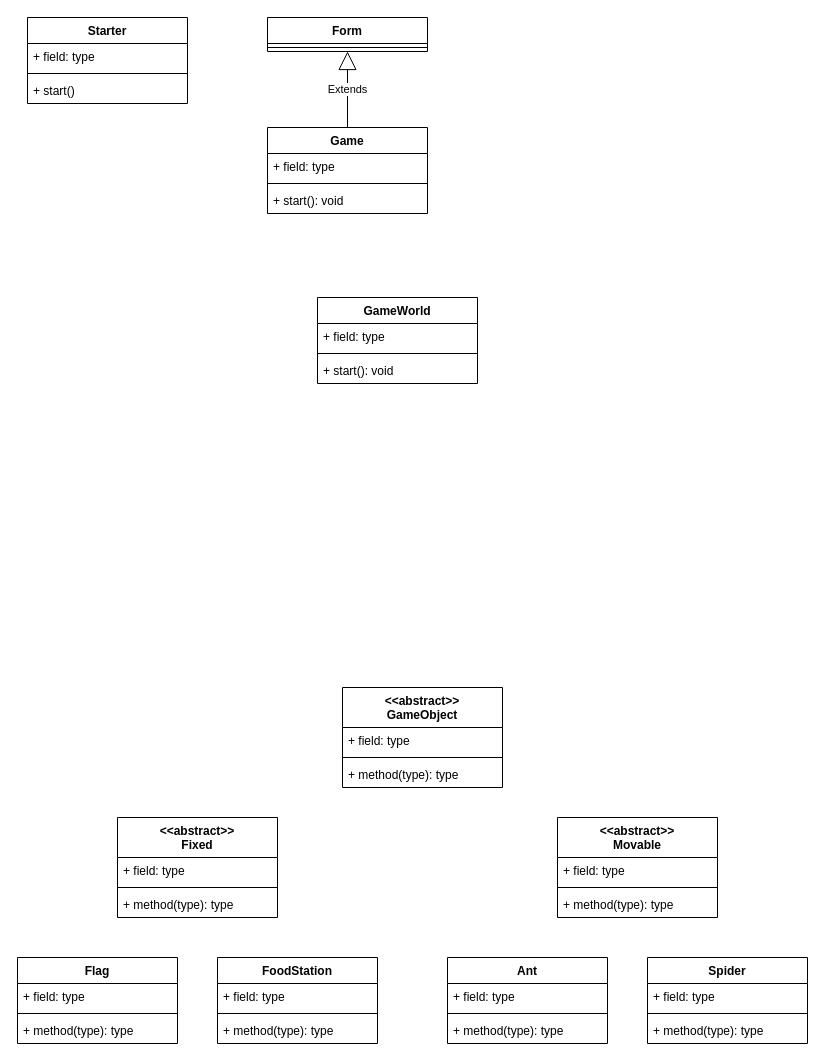
Before: A1Prj_UML.drawio in jheym/133Proj, a draw.io diagram. Source tidied: cells renumbered, new cells numbered last; positions are measured from the earlier drawing's top-left corner, leaving out a move shared by most shapes. Both pictures are drawn from the tidied source at 100%, with x=0, y=0 at pixel (17, 17).
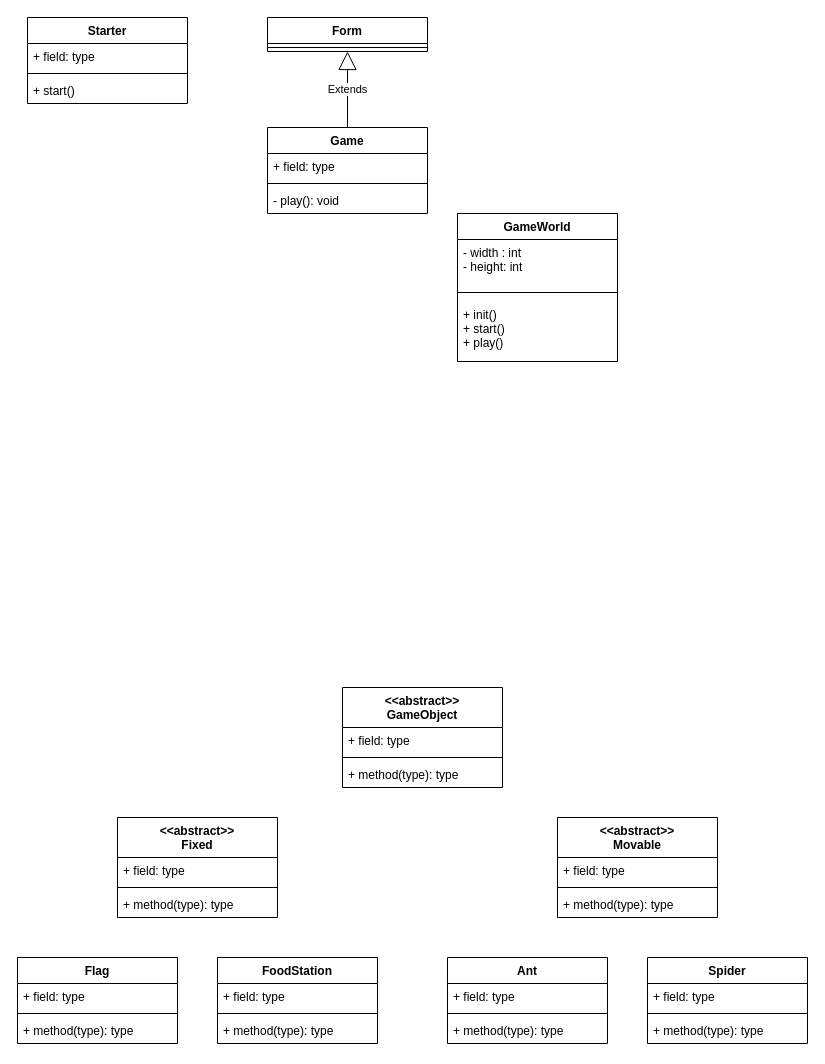
After the change.

Unchanged cells that the change refers to:
```xml
<mxCell id="36" value="Game" style="swimlane;fontStyle=1;align=center;verticalAlign=top;horizontal=1;startSize=26;" parent="1" vertex="1">
  <mxGeometry x="250" y="110" width="160" height="86" as="geometry" />
</mxCell>
```

Change to the diagram source:
```diff
@@
-    <mxCell id="39" value="+ start(): void" style="text;strokeColor=none;fillColor=none;align=left;verticalAlign=top;spacingLeft=4;spacingRight=4;overflow=hidden;" parent="36" vertex="1">
+    <mxCell id="39" value="- play(): void" style="text;strokeColor=none;fillColor=none;align=left;verticalAlign=top;spacingLeft=4;spacingRight=4;overflow=hidden;" parent="36" vertex="1">
       <mxGeometry y="60" width="160" height="26" as="geometry" />
     </mxCell>
     <mxCell id="40" value="GameWorld" style="swimlane;fontStyle=1;align=center;verticalAlign=top;horizontal=1;startSize=26;" parent="1" vertex="1">
-      <mxGeometry x="300" y="280" width="160" height="86" as="geometry" />
+      <mxGeometry x="440" y="196" width="160" height="148" as="geometry" />
     </mxCell>
-    <mxCell id="41" value="+ field: type" style="text;strokeColor=none;fillColor=none;align=left;verticalAlign=top;spacingLeft=4;spacingRight=4;overflow=hidden;" parent="40" vertex="1">
-      <mxGeometry y="26" width="160" height="26" as="geometry" />
+    <mxCell id="41" value="- width : int&#10;- height: int&#10;" style="text;strokeColor=none;fillColor=none;align=left;verticalAlign=top;spacingLeft=4;spacingRight=4;overflow=hidden;" parent="40" vertex="1">
+      <mxGeometry y="26" width="160" height="44" as="geometry" />
     </mxCell>
     <mxCell id="42" style="line;strokeWidth=1;fillColor=none;align=left;verticalAlign=middle;spacingTop=-1;spacingLeft=3;spacingRight=3;labelPosition=right;strokeColor=inherit;" parent="40" vertex="1">
-      <mxGeometry y="52" width="160" height="8" as="geometry" />
+      <mxGeometry y="70" width="160" height="18" as="geometry" />
     </mxCell>
-    <mxCell id="43" value="+ start(): void" style="text;strokeColor=none;fillColor=none;align=left;verticalAlign=top;spacingLeft=4;spacingRight=4;overflow=hidden;" parent="40" vertex="1">
-      <mxGeometry y="60" width="160" height="26" as="geometry" />
+    <mxCell id="43" value="+ init()&#10;+ start()&#10;+ play()&#10;" style="text;strokeColor=none;fillColor=none;align=left;verticalAlign=top;spacingLeft=4;spacingRight=4;overflow=hidden;" parent="40" vertex="1">
+      <mxGeometry y="88" width="160" height="60" as="geometry" />
     </mxCell>
```
